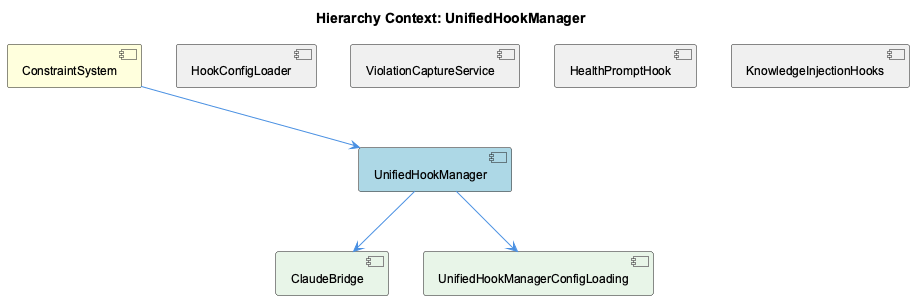
This is knowledge-management/insights/images/unified-hook-manager-relationship.png from fwornle/coding, a PlantUML export, as it was before one commit.
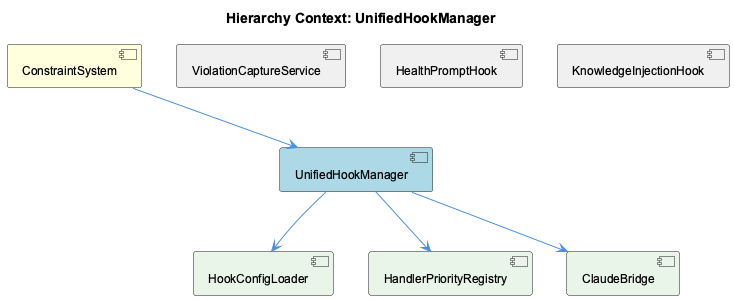
The same file after the commit.

Diff of the diagram source:
```diff
@@ -8,16 +8,18 @@
 [HookConfigLoader] as hook_config_loader #F0F0F0
 [ViolationCaptureService] as violation_capture_service #F0F0F0
 [HealthPromptHook] as health_prompt_hook #F0F0F0
-[KnowledgeInjectionHooks] as knowledge_injection_hooks #F0F0F0
+[KnowledgeInjectionHook] as knowledge_injection_hook #F0F0F0
+[HookConfigLoader] as hook_config_loader #E8F5E8
+[HandlerPriorityRegistry] as handler_priority_registry #E8F5E8
 [ClaudeBridge] as claude_bridge #E8F5E8
-[UnifiedHookManagerConfigLoading] as unified_hook_manager_config_loading #E8F5E8
 
 constraint_system --> unified_hook_manager
 hook_config_loader -[hidden]- unified_hook_manager
 violation_capture_service -[hidden]- unified_hook_manager
 health_prompt_hook -[hidden]- unified_hook_manager
-knowledge_injection_hooks -[hidden]- unified_hook_manager
+knowledge_injection_hook -[hidden]- unified_hook_manager
+unified_hook_manager --> hook_config_loader
+unified_hook_manager --> handler_priority_registry
 unified_hook_manager --> claude_bridge
-unified_hook_manager --> unified_hook_manager_config_loading
 
 @enduml
```
